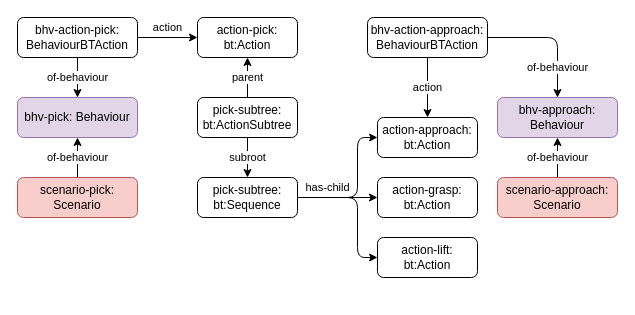
minhnh/drawio-diagrams keeps this draw.io diagram as page "behaviour tree link" (2 of 2) of bdd-example-highlevel.drawio. Above is the earlier version. Source tidied: cells renumbered, new cells numbered last; positions are measured from the earlier drawing's top-left corner, leaving out a move shared by most shapes. Both pictures are drawn from the tidied source at 100%, with x=0, y=0 at pixel (17, 17).
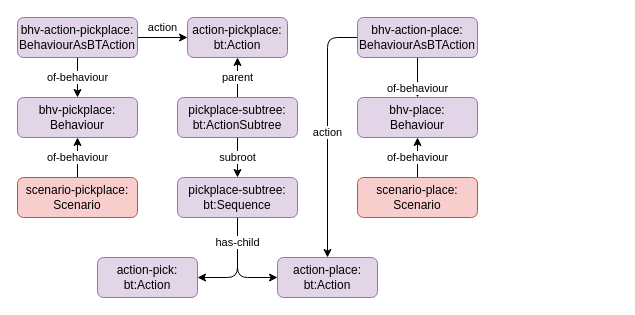
The same page after the edit.

Commit message (it also covers changes not shown here):
change bt example to pickplace

The edit, as a diff of the source:
```diff
@@
-    <mxCell id="2" value="bhv-pick: Behaviour" style="rounded=1;whiteSpace=wrap;html=1;fillColor=#e1d5e7;strokeColor=#9673a6;" parent="1" vertex="1">
+    <mxCell id="2" value="bhv-pickplace: Behaviour" style="rounded=1;whiteSpace=wrap;html=1;fillColor=#e1d5e7;strokeColor=#9673a6;" parent="1" vertex="1">
       <mxGeometry y="80" width="120" height="40" as="geometry" />
     </mxCell>
-    <mxCell id="3" value="action-pick: bt:Action" style="rounded=1;whiteSpace=wrap;html=1;" parent="1" vertex="1">
-      <mxGeometry x="180" width="100" height="40" as="geometry" />
+    <mxCell id="3" value="action-pickplace: bt:Action" style="rounded=1;whiteSpace=wrap;html=1;fillColor=#e1d5e7;strokeColor=#9673a6;" parent="1" vertex="1">
+      <mxGeometry x="170" width="100" height="40" as="geometry" />
     </mxCell>
@@
-    <mxCell id="6" value="pick-subtree: bt:ActionSubtree" style="rounded=1;whiteSpace=wrap;html=1;" parent="1" vertex="1">
-      <mxGeometry x="180" y="80" width="100" height="40" as="geometry" />
+    <mxCell id="6" value="pickplace-subtree: bt:ActionSubtree" style="rounded=1;whiteSpace=wrap;html=1;fillColor=#e1d5e7;strokeColor=#9673a6;" parent="1" vertex="1">
+      <mxGeometry x="160" y="80" width="120" height="40" as="geometry" />
     </mxCell>
@@
-    <mxCell id="8" value="scenario-pick: Scenario" style="rounded=1;whiteSpace=wrap;html=1;fillColor=#f8cecc;strokeColor=#b85450;" parent="1" vertex="1">
+    <mxCell id="8" value="scenario-pickplace: Scenario" style="rounded=1;whiteSpace=wrap;html=1;fillColor=#f8cecc;strokeColor=#b85450;" parent="1" vertex="1">
       <mxGeometry y="160" width="120" height="40" as="geometry" />
     </mxCell>
@@
-    <mxCell id="11" value="bhv-action-pick: BehaviourBTAction" style="rounded=1;whiteSpace=wrap;html=1;" parent="1" vertex="1">
+    <mxCell id="11" value="bhv-action-pickplace: BehaviourAsBTAction" style="rounded=1;whiteSpace=wrap;html=1;fillColor=#e1d5e7;strokeColor=#9673a6;" parent="1" vertex="1">
       <mxGeometry width="120" height="40" as="geometry" />
     </mxCell>
     <mxCell id="12" style="edgeStyle=orthogonalEdgeStyle;shape=connector;rounded=1;jettySize=auto;html=1;labelBackgroundColor=default;strokeColor=default;align=center;verticalAlign=middle;fontFamily=Helvetica;fontSize=11;fontColor=default;endArrow=classic;" parent="1" edge="1" source="15" target="16">
       <mxGeometry relative="1" as="geometry">
         <Array as="points">
-          <mxPoint x="340" y="180" />
-          <mxPoint x="340" y="120" />
+          <mxPoint x="220" y="260" />
         </Array>
       </mxGeometry>
     </mxCell>
     <mxCell id="13" value="has-child" style="edgeStyle=orthogonalEdgeStyle;shape=connector;rounded=1;jettySize=auto;html=1;labelBackgroundColor=default;strokeColor=default;align=center;verticalAlign=middle;fontFamily=Helvetica;fontSize=11;fontColor=default;endArrow=classic;" parent="1" edge="1" source="15" target="17">
-      <mxGeometry x="-0.25" y="10" relative="1" as="geometry">
+      <mxGeometry x="-0.5" relative="1" as="geometry">
         <Array as="points">
-          <mxPoint x="360" y="180" />
-          <mxPoint x="360" y="180" />
+          <mxPoint x="220" y="260" />
         </Array>
       </mxGeometry>
     </mxCell>
-    <mxCell id="14" style="edgeStyle=orthogonalEdgeStyle;shape=connector;rounded=1;jettySize=auto;html=1;labelBackgroundColor=default;strokeColor=default;align=center;verticalAlign=middle;fontFamily=Helvetica;fontSize=11;fontColor=default;endArrow=classic;" parent="1" edge="1" source="15" target="18">
-      <mxGeometry y="-10" relative="1" as="geometry">
-        <Array as="points">
-          <mxPoint x="340" y="180" />
-        </Array>
-      </mxGeometry>
-    </mxCell>
-    <mxCell id="15" value="pick-subtree: bt:Sequence" style="rounded=1;whiteSpace=wrap;html=1;" parent="1" vertex="1">
-      <mxGeometry x="180" y="160" width="100" height="40" as="geometry" />
+    <mxCell id="15" value="pickplace-subtree: bt:Sequence" style="rounded=1;whiteSpace=wrap;html=1;fillColor=#e1d5e7;strokeColor=#9673a6;" parent="1" vertex="1">
+      <mxGeometry x="160" y="160" width="120" height="40" as="geometry" />
     </mxCell>
-    <mxCell id="16" value="action-approach: bt:Action" style="rounded=1;whiteSpace=wrap;html=1;" parent="1" vertex="1">
-      <mxGeometry x="360" y="100" width="100" height="40" as="geometry" />
+    <mxCell id="16" value="action-place: bt:Action" style="rounded=1;whiteSpace=wrap;html=1;fillColor=#e1d5e7;strokeColor=#9673a6;" parent="1" vertex="1">
+      <mxGeometry x="260" y="240" width="100" height="40" as="geometry" />
     </mxCell>
-    <mxCell id="17" value="action-grasp: bt:Action" style="rounded=1;whiteSpace=wrap;html=1;" parent="1" vertex="1">
-      <mxGeometry x="360" y="160" width="100" height="40" as="geometry" />
+    <mxCell id="17" value="action-pick: bt:Action" style="rounded=1;whiteSpace=wrap;html=1;fillColor=#e1d5e7;strokeColor=#9673a6;" parent="1" vertex="1">
+      <mxGeometry x="80" y="240" width="100" height="40" as="geometry" />
     </mxCell>
-    <mxCell id="18" value="action-lift: bt:Action" style="rounded=1;whiteSpace=wrap;html=1;" parent="1" vertex="1">
-      <mxGeometry x="360" y="220" width="100" height="40" as="geometry" />
-    </mxCell>
     <mxCell id="19" value="action" style="edgeStyle=orthogonalEdgeStyle;shape=connector;rounded=1;jettySize=auto;html=1;labelBackgroundColor=default;strokeColor=default;align=center;verticalAlign=middle;fontFamily=Helvetica;fontSize=11;fontColor=default;endArrow=classic;" parent="1" edge="1" source="21" target="16">
-      <mxGeometry relative="1" as="geometry" />
+      <mxGeometry relative="1" as="geometry">
+        <Array as="points">
+          <mxPoint x="310" y="20" />
+        </Array>
+      </mxGeometry>
     </mxCell>
@@
-    <mxCell id="21" value="bhv-action-approach: BehaviourBTAction" style="rounded=1;whiteSpace=wrap;html=1;" parent="1" vertex="1">
-      <mxGeometry x="350" width="120" height="40" as="geometry" />
+    <mxCell id="21" value="bhv-action-place: BehaviourAsBTAction" style="rounded=1;whiteSpace=wrap;html=1;fillColor=#e1d5e7;strokeColor=#9673a6;" parent="1" vertex="1">
+      <mxGeometry x="340" width="120" height="40" as="geometry" />
     </mxCell>
-    <mxCell id="22" value="bhv-approach: Behaviour" style="rounded=1;whiteSpace=wrap;html=1;fillColor=#e1d5e7;strokeColor=#9673a6;" parent="1" vertex="1">
-      <mxGeometry x="480" y="80" width="120" height="40" as="geometry" />
+    <mxCell id="22" value="bhv-place:&lt;br&gt;Behaviour" style="rounded=1;whiteSpace=wrap;html=1;fillColor=#e1d5e7;strokeColor=#9673a6;" parent="1" vertex="1">
+      <mxGeometry x="340" y="80" width="120" height="40" as="geometry" />
     </mxCell>
@@
-    <mxCell id="24" value="scenario-approach: Scenario" style="rounded=1;whiteSpace=wrap;html=1;fillColor=#f8cecc;strokeColor=#b85450;" parent="1" vertex="1">
-      <mxGeometry x="480" y="160" width="120" height="40" as="geometry" />
+    <mxCell id="24" value="scenario-place: Scenario" style="rounded=1;whiteSpace=wrap;html=1;fillColor=#f8cecc;strokeColor=#b85450;" parent="1" vertex="1">
+      <mxGeometry x="340" y="160" width="120" height="40" as="geometry" />
     </mxCell>
```
